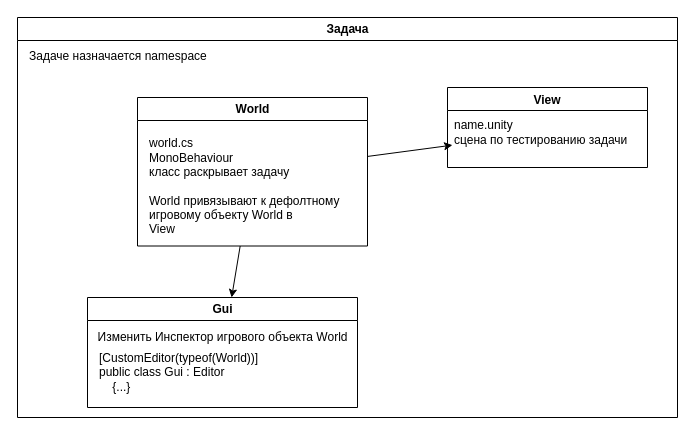
Before: Unity.drawio in bo52/start, a draw.io diagram. Source tidied: cells renumbered, new cells numbered last; positions are measured from the earlier drawing's top-left corner, leaving out a move shared by most shapes. Both pictures are drawn from the tidied source at 100%, with x=0, y=0 at pixel (17, 17).
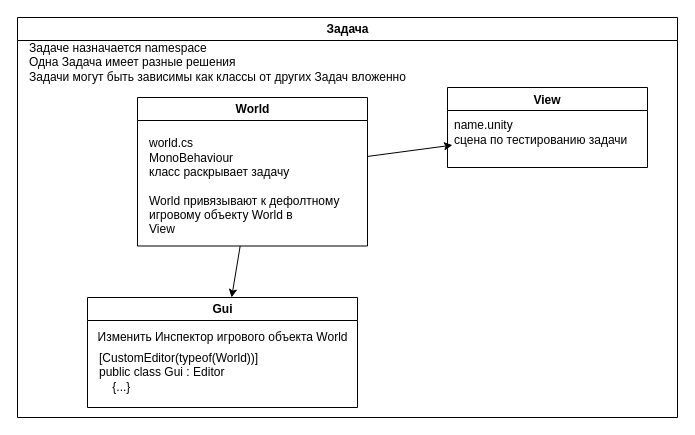
After the change.

The edit, as a diff of the source:
```diff
@@
 <mxGraphModel>
   <root>
     <mxCell id="0" />
     <mxCell id="1" parent="0" />
     <mxCell id="2" value="Задача" style="swimlane;fillColor=none;gradientColor=none;align=center;html=1;" parent="1" vertex="1">
       <mxGeometry width="660" height="400" as="geometry" />
     </mxCell>
-    <mxCell id="3" value="Задаче назначается namespace" style="text;html=1;align=left;verticalAlign=middle;strokeColor=none;" parent="2" vertex="1">
-      <mxGeometry x="10" y="28.5" width="190" height="20" as="geometry" />
+    <mxCell id="3" value="Задаче назначается namespace&lt;br&gt;Одна Задача имеет разные решения&lt;br&gt;Задачи могут быть зависимы как классы от других Задач вложенно" style="text;html=1;align=left;verticalAlign=middle;strokeColor=none;" parent="2" vertex="1">
+      <mxGeometry x="10" y="20" width="390" height="50" as="geometry" />
     </mxCell>
     <mxCell id="4" value="View" style="swimlane;" parent="2" vertex="1">
       <mxGeometry x="430" y="70" width="200" height="80" as="geometry" />
     </mxCell>
     <mxCell id="5" value="name.unity&lt;br&gt;сцена по тестированию задачи" style="text;html=1;align=left;verticalAlign=middle;points=[];strokeColor=none;" parent="4" vertex="1">
       <mxGeometry x="5" y="30" width="190" height="30" as="geometry" />
     </mxCell>
     <mxCell id="6" value="Gui" style="swimlane;fillColor=none;gradientColor=none;align=center;html=1;" parent="2" vertex="1">
       <mxGeometry x="70" y="280" width="270" height="110" as="geometry" />
     </mxCell>
     <mxCell id="7" value="&lt;div&gt;&lt;span&gt; &lt;/span&gt;[CustomEditor(typeof(World))]&lt;/div&gt;&lt;div&gt;&lt;span&gt; &lt;/span&gt;public class Gui : Editor&lt;/div&gt;&lt;div&gt;&amp;nbsp; &amp;nbsp; {...}&lt;/div&gt;" style="text;html=1;align=left;verticalAlign=middle;strokeColor=none;" parent="6" vertex="1">
       <mxGeometry x="10" y="50" width="170" height="50" as="geometry" />
     </mxCell>
     <mxCell id="8" value="Изменить Инспектор игрового объекта World" style="text;html=1;align=center;verticalAlign=middle;strokeColor=none;" parent="6" vertex="1">
       <mxGeometry y="30" width="270" height="20" as="geometry" />
     </mxCell>
     <mxCell id="9" value="World" style="swimlane;fillColor=none;gradientColor=none;align=center;html=1;" parent="2" vertex="1">
       <mxGeometry x="120" y="80" width="230" height="148.5" as="geometry" />
     </mxCell>
     <mxCell id="10" value="world.cs&lt;br&gt;&lt;div&gt;&lt;span&gt;MonoBehaviour&lt;br&gt;класс раскрывает задачу&lt;br&gt;&lt;br&gt;World привязывают к дефолтному&amp;nbsp;&lt;/span&gt;&lt;/div&gt;игровому объекту World в&lt;div&gt;&lt;span&gt;View&lt;/span&gt;&lt;/div&gt;" style="text;html=1;align=left;verticalAlign=middle;strokeColor=none;" parent="9" vertex="1">
       <mxGeometry x="10" y="38.5" width="210" height="100" as="geometry" />
     </mxCell>
     <mxCell id="11" style="rounded=0;jettySize=auto;html=1;startSize=23;" parent="2" edge="1" source="9" target="5">
       <mxGeometry relative="1" as="geometry" />
     </mxCell>
     <mxCell id="12" style="edgeStyle=none;rounded=0;jettySize=auto;html=1;startSize=23;" parent="2" edge="1" source="9" target="6">
       <mxGeometry relative="1" as="geometry" />
     </mxCell>
   </root>
 </mxGraphModel>
```
